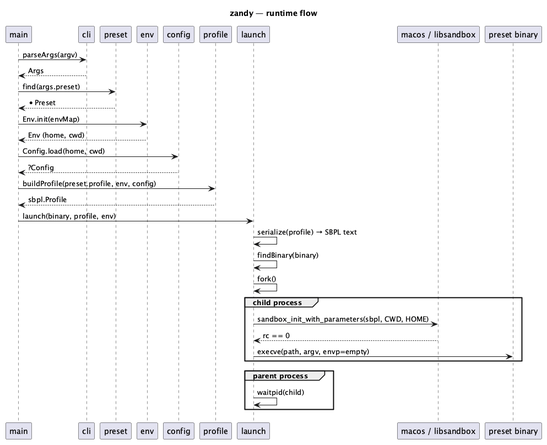
Earlier version of the PlantUML export docs/runtime-flow.png (tbsklg/zandy).
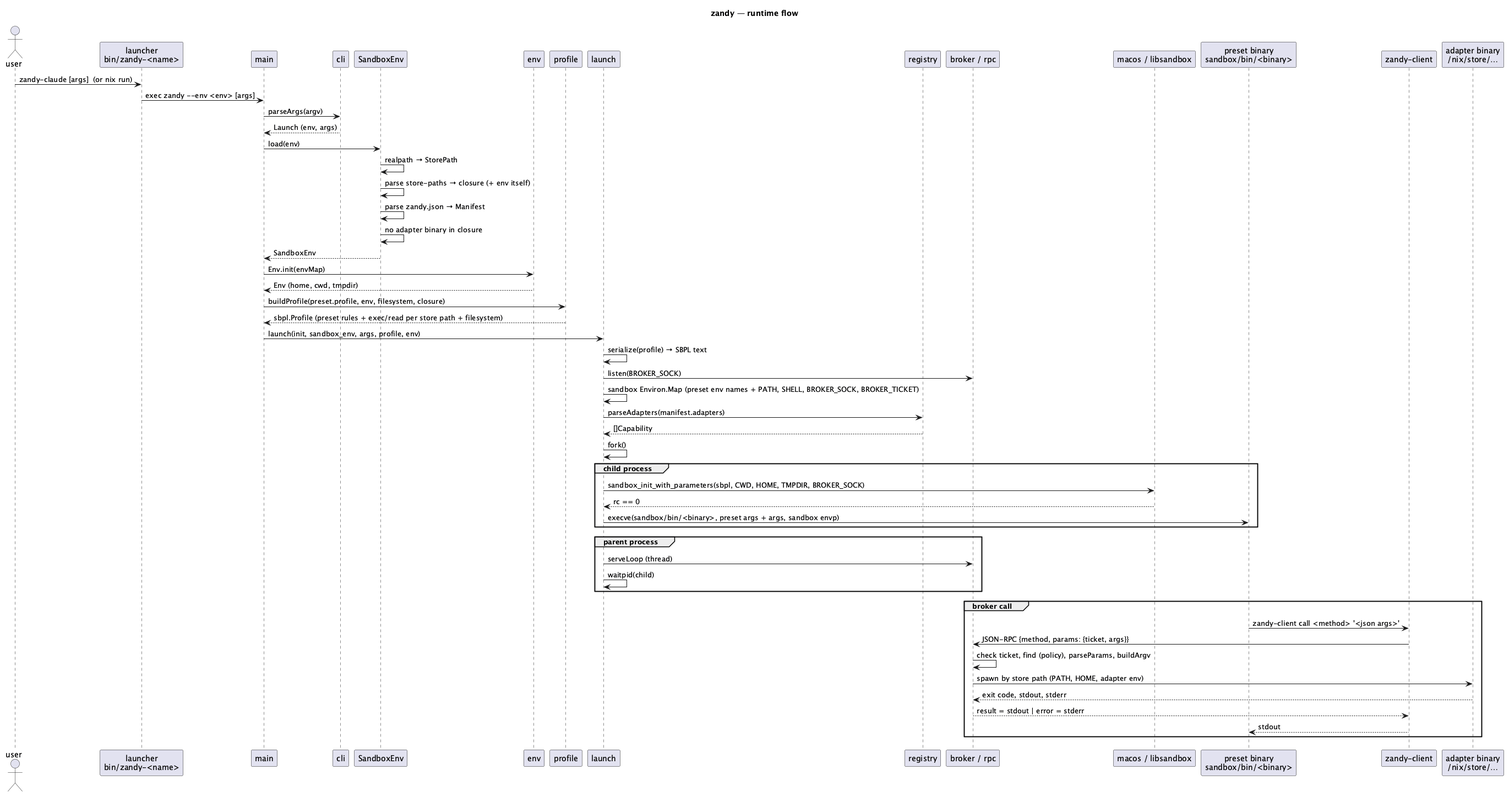
The same file after the commit.

The edit, as a diff of the source:
```diff
@@ -3,42 +3,66 @@
 
 skinparam shadowing false
 
+actor "user" as User
+participant "launcher\nbin/zandy-<name>" as Launcher
 participant "main" as Main
 participant "cli" as Cli
-participant "preset" as Preset
+participant "SandboxEnv" as SEnv
 participant "env" as Env
-participant "config" as Config
 participant "profile" as Profile
 participant "launch" as Launch
+participant "registry" as Registry
+participant "broker / rpc" as Broker
 participant "macos / libsandbox" as Sandbox
-participant "preset binary" as Bin
+participant "preset binary\nsandbox/bin/<binary>" as Bin
+participant "zandy-client" as Client
+participant "adapter binary\n/nix/store/…" as Tool
 
+User -> Launcher : zandy-claude [args]  (or nix run)
+Launcher -> Main : exec zandy --env <env> [args]
 Main -> Cli : parseArgs(argv)
-Cli --> Main : Args
-Main -> Preset : find(args.preset)
-Preset --> Main : *Preset
+Cli --> Main : Launch (env, args)
+
+Main -> SEnv : load(env)
+SEnv -> SEnv : realpath → StorePath
+SEnv -> SEnv : parse store-paths → closure (+ env itself)
+SEnv -> SEnv : parse zandy.json → Manifest
+SEnv -> SEnv : no adapter binary in closure
+SEnv --> Main : SandboxEnv
 
 Main -> Env : Env.init(envMap)
-Env --> Main : Env (home, cwd)
-Main -> Config : Config.load(home, cwd)
-Config --> Main : ?Config
-Main -> Profile : buildProfile(preset.profile, env, config)
-Profile --> Main : sbpl.Profile
+Env --> Main : Env (home, cwd, tmpdir)
+Main -> Profile : buildProfile(preset.profile, env, filesystem, closure)
+Profile --> Main : sbpl.Profile (preset rules + exec/read per store path + filesystem)
 
-Main -> Launch : launch(binary, profile, env)
+Main -> Launch : launch(init, sandbox_env, args, profile, env)
 Launch -> Launch : serialize(profile) → SBPL text
-Launch -> Launch : findBinary(binary)
+Launch -> Broker : listen(BROKER_SOCK)
+Launch -> Launch : sandbox Environ.Map (preset env names + PATH, SHELL, BROKER_SOCK, BROKER_TICKET)
+Launch -> Registry : parseAdapters(manifest.adapters)
+Registry --> Launch : []Capability
 
 Launch -> Launch : fork()
 
 group child process
-  Launch -> Sandbox : sandbox_init_with_parameters(sbpl, CWD, HOME)
+  Launch -> Sandbox : sandbox_init_with_parameters(sbpl, CWD, HOME, TMPDIR, BROKER_SOCK)
   Sandbox --> Launch : rc == 0
-  Launch -> Bin : execve(path, argv, envp=empty)
+  Launch -> Bin : execve(sandbox/bin/<binary>, preset args + args, sandbox envp)
 end
 
 group parent process
+  Launch -> Broker : serveLoop (thread)
   Launch -> Launch : waitpid(child)
 end
 
+group broker call
+  Bin -> Client : zandy-client call <method> '<json args>'
+  Client -> Broker : JSON-RPC {method, params: {ticket, args}}
+  Broker -> Broker : check ticket, find (policy), parseParams, buildArgv
+  Broker -> Tool : spawn by store path (PATH, HOME, adapter env)
+  Tool --> Broker : exit code, stdout, stderr
+  Broker --> Client : result = stdout | error = stderr
+  Client --> Bin : stdout
+end
+
 @enduml
```
